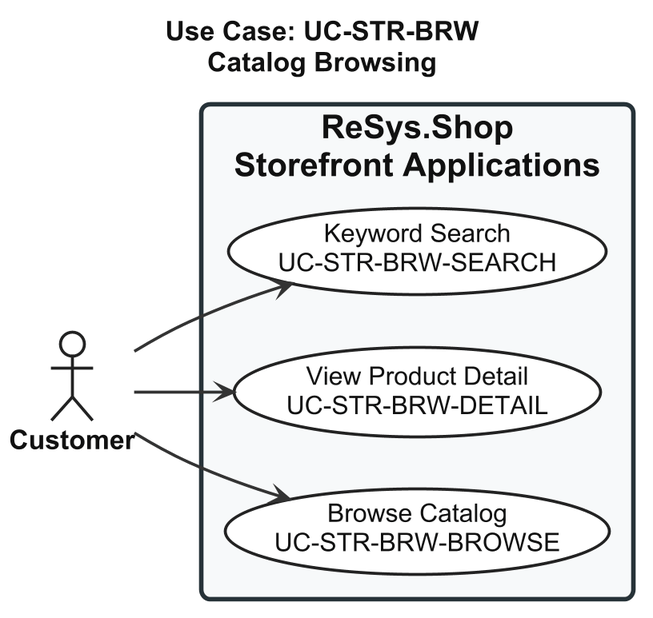
Earlier version of the PlantUML export thesis/figures/chapters/part2/ch2-design/02-use-cases/diagrams/P2S2.2.2_usecase-catalog-browsing.png (qingfa-dev/ReSys.Shop).
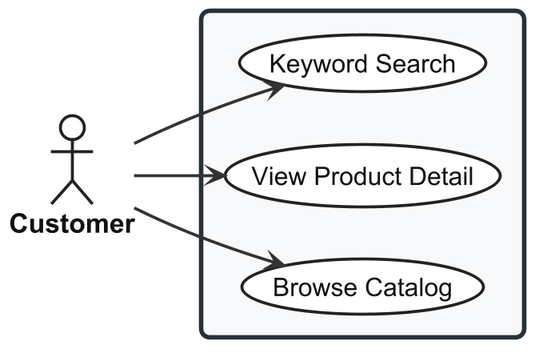
The same file after the commit.

Change to the diagram source:
```diff
@@ -56,17 +56,16 @@
 
 </style>
 
-title Use Case: UC-STR-BRW\nCatalog Browsing
 
 actor "Customer" as Customer
 
-rectangle "ReSys.Shop\nStorefront Applications" {
+rectangle {
 
-  usecase "Browse Catalog\nUC-STR-BRW-BROWSE" as UC_BROWSE
+  usecase "Browse Catalog" as UC_BROWSE
 
-  usecase "View Product Detail\nUC-STR-BRW-DETAIL" as UC_DETAIL
+  usecase "View Product Detail" as UC_DETAIL
 
-  usecase "Keyword Search\nUC-STR-BRW-SEARCH" as UC_SEARCH
+  usecase "Keyword Search" as UC_SEARCH
 
 }
 
```
